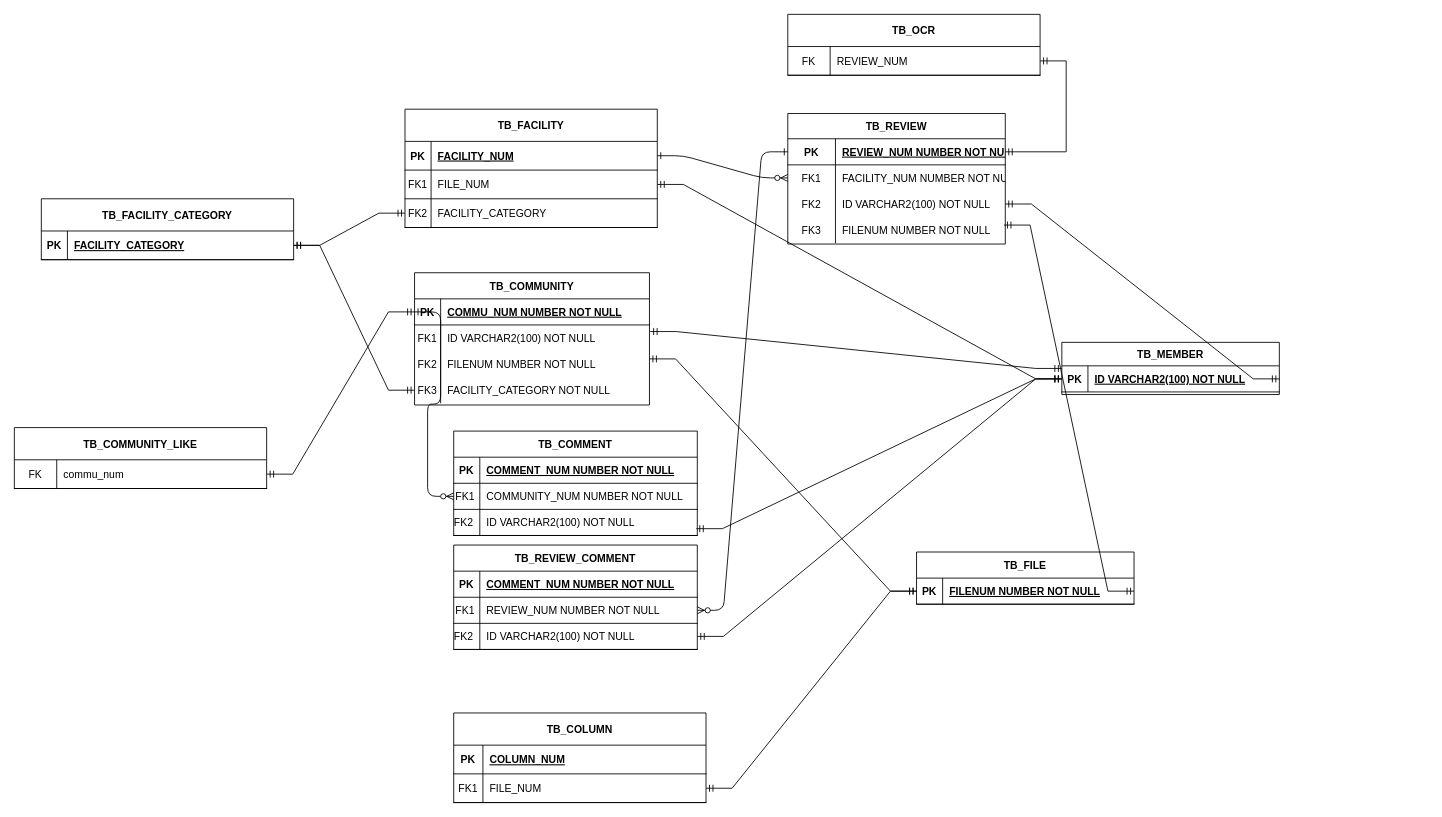
Above: document/제목 없는 다이어그램.drawio in rimgosu/ProjectStudy (draw.io), before the change. Source tidied: cells renumbered, new cells numbered last; positions are measured from the earlier drawing's top-left corner, leaving out a move shared by most shapes. Both pictures are drawn from the tidied source at 87%, with x=0, y=0 at pixel (14, 14).
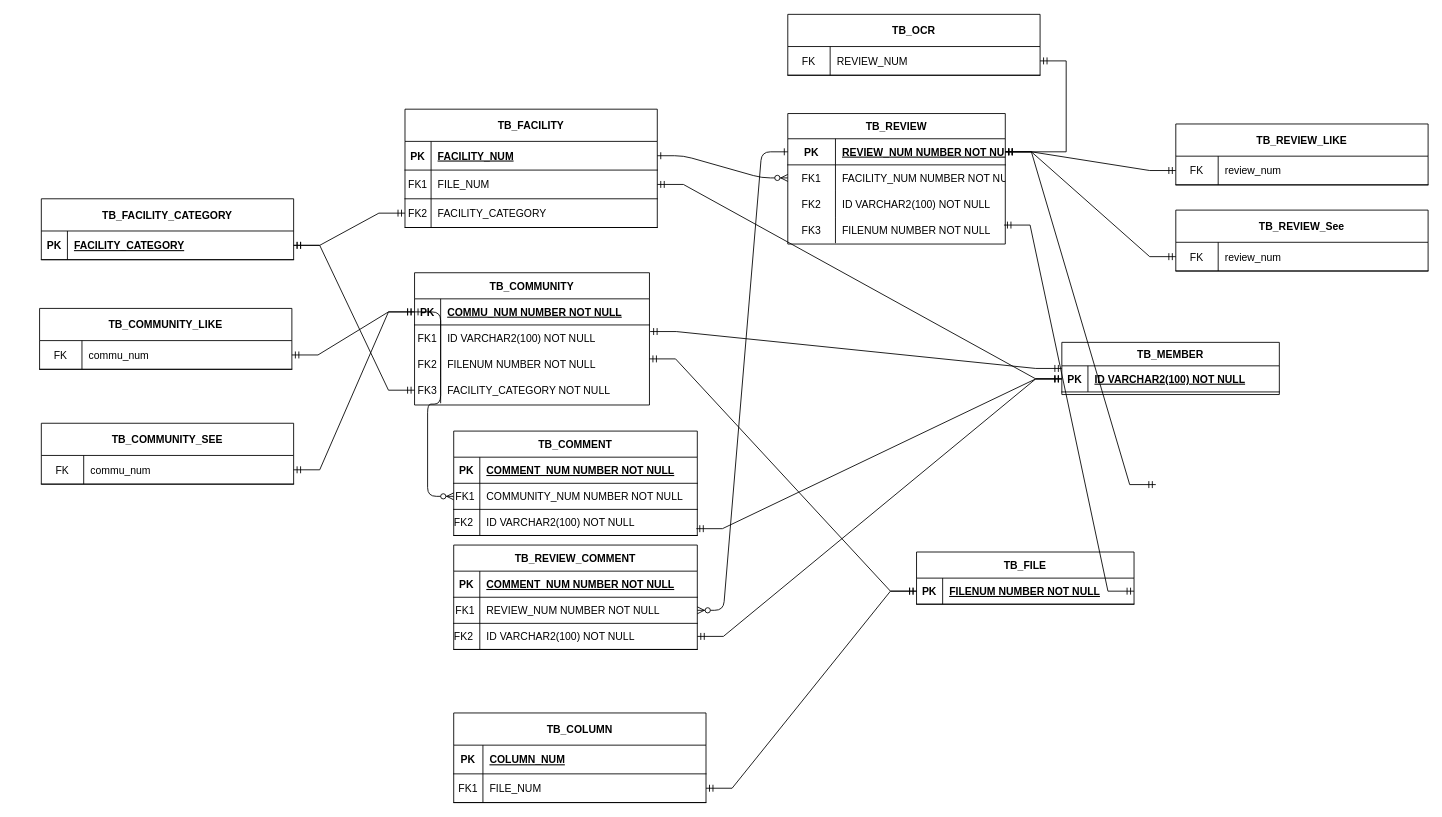
After the change.

Commit message:
제목 없는 다이어그램.drawio 업데이트

The change refers to these unchanged cells:
```xml
<mxCell id="4" style="shape=partialRectangle;fillColor=none;points=[[0,0.5],[1,0.5]];portConstraint=eastwest;top=0;left=0;right=0;bottom=1;" parent="3" vertex="1">
  <mxGeometry y="29" width="250" height="30" as="geometry" />
</mxCell>
<mxCell id="10" style="shape=partialRectangle;fillColor=none;points=[[0,0.5],[1,0.5]];portConstraint=eastwest;top=0;left=0;right=0;bottom=0;" parent="3" vertex="1">
  <mxGeometry y="89" width="250" height="30" as="geometry" />
</mxCell>
<mxCell id="17" style="shape=partialRectangle;fillColor=none;points=[[0,0.5],[1,0.5]];portConstraint=eastwest;top=0;left=0;right=0;bottom=1;" parent="16" vertex="1">
  <mxGeometry y="27" width="250" height="30" as="geometry" />
</mxCell>
<mxCell id="31" style="shape=partialRectangle;fillColor=none;points=[[0,0.5],[1,0.5]];portConstraint=eastwest;top=0;left=0;right=0;bottom=1;" parent="30" vertex="1">
  <mxGeometry y="30" width="270" height="30" as="geometry" />
</mxCell>
<mxCell id="91" style="shape=partialRectangle;fillColor=none;points=[[0,0.5],[1,0.5]];portConstraint=eastwest;top=0;left=0;right=0;bottom=1;" parent="90" vertex="1">
  <mxGeometry y="37" width="290" height="33" as="geometry" />
</mxCell>
```

Diff of the diagram source:
```diff
@@
-    <mxCell id="74" style="edgeStyle=entityRelationEdgeStyle;fontSize=12;html=1;endArrow=ERmandOne;startArrow=ERmandOne;rounded=0;exitX=1;exitY=0.5;exitDx=0;exitDy=0;entryX=1;entryY=0.5;entryDx=0;entryDy=0;" parent="1" edge="1" source="10" target="17">
+    <mxCell id="74" style="edgeStyle=entityRelationEdgeStyle;fontSize=12;html=1;endArrow=ERmandOne;startArrow=ERmandOne;rounded=0;" parent="1" edge="1" source="4" target="106">
       <mxGeometry relative="1" as="geometry">
         <Array as="points">
-          <mxPoint x="1187" y="159" />
+          <mxPoint x="1078" y="79" />
         </Array>
       </mxGeometry>
     </mxCell>
@@
     <mxCell id="90" value="TB_COMMUNITY_LIKE" style="shape=table;startSize=37;childLayout=tableLayout;rowLines=0;fontStyle=1;align=center;" parent="1" vertex="1">
-      <mxGeometry y="475" width="290" height="70" as="geometry" />
+      <mxGeometry x="29" y="338" width="290" height="70" as="geometry" />
     </mxCell>
@@
-    <mxCell id="94" style="edgeStyle=entityRelationEdgeStyle;fontSize=12;html=1;endArrow=ERmandOne;startArrow=ERmandOne;rounded=0;exitX=1;exitY=0.5;exitDx=0;exitDy=0;entryX=0;entryY=0.5;entryDx=0;entryDy=0;" parent="1" edge="1" target="31">
+    <mxCell id="94" style="edgeStyle=entityRelationEdgeStyle;fontSize=12;html=1;endArrow=ERmandOne;startArrow=ERmandOne;rounded=0;entryX=0;entryY=0.5;entryDx=0;entryDy=0;" parent="1" edge="1" source="91" target="31">
       <mxGeometry relative="1" as="geometry">
-        <mxPoint x="290" y="528.5" as="sourcePoint" />
         <Array as="points">
           <mxPoint x="1151" y="411" />
         </Array>
       </mxGeometry>
     </mxCell>
@@
+    <mxCell id="100" value="TB_REVIEW_LIKE" style="shape=table;startSize=37;childLayout=tableLayout;rowLines=0;fontStyle=1;align=center;" parent="1" vertex="1">
+      <mxGeometry x="1335" y="126" width="290" height="70" as="geometry" />
+    </mxCell>
+    <mxCell id="101" style="shape=partialRectangle;fillColor=none;points=[[0,0.5],[1,0.5]];portConstraint=eastwest;top=0;left=0;right=0;bottom=1;" parent="100" vertex="1">
+      <mxGeometry y="37" width="290" height="33" as="geometry" />
+    </mxCell>
+    <mxCell id="102" value="FK" style="shape=partialRectangle;overflow=hidden;fillColor=none;top=0;left=0;bottom=0;right=0;fontStyle=0;" parent="101" vertex="1">
+      <mxGeometry width="48.7" height="33" as="geometry" />
+    </mxCell>
+    <mxCell id="103" value="review_num" style="shape=partialRectangle;overflow=hidden;fillColor=none;top=0;left=0;bottom=0;right=0;align=left;spacingLeft=6;fontStyle=0;strokeColor=inherit;" parent="101" vertex="1">
+      <mxGeometry x="48.7" width="241.3" height="33" as="geometry" />
+    </mxCell>
+    <mxCell id="104" style="edgeStyle=entityRelationEdgeStyle;fontSize=12;html=1;endArrow=ERmandOne;startArrow=ERmandOne;rounded=0;entryX=0;entryY=0.5;entryDx=0;entryDy=0;" parent="1" edge="1" source="4" target="101">
+      <mxGeometry relative="1" as="geometry">
+        <Array as="points">
+          <mxPoint x="2094" y="69" />
+          <mxPoint x="1391" y="167" />
+        </Array>
+      </mxGeometry>
+    </mxCell>
+    <mxCell id="105" value="TB_REVIEW_See" style="shape=table;startSize=37;childLayout=tableLayout;rowLines=0;fontStyle=1;align=center;" parent="1" vertex="1">
+      <mxGeometry x="1335" y="225" width="290" height="70" as="geometry" />
+    </mxCell>
+    <mxCell id="106" style="shape=partialRectangle;fillColor=none;points=[[0,0.5],[1,0.5]];portConstraint=eastwest;top=0;left=0;right=0;bottom=1;" parent="105" vertex="1">
+      <mxGeometry y="37" width="290" height="33" as="geometry" />
+    </mxCell>
+    <mxCell id="107" value="FK" style="shape=partialRectangle;overflow=hidden;fillColor=none;top=0;left=0;bottom=0;right=0;fontStyle=0;" parent="106" vertex="1">
+      <mxGeometry width="48.7" height="33" as="geometry" />
+    </mxCell>
+    <mxCell id="108" value="review_num" style="shape=partialRectangle;overflow=hidden;fillColor=none;top=0;left=0;bottom=0;right=0;align=left;spacingLeft=6;fontStyle=0;strokeColor=inherit;" parent="106" vertex="1">
+      <mxGeometry x="48.7" width="241.3" height="33" as="geometry" />
+    </mxCell>
+    <mxCell id="109" style="edgeStyle=entityRelationEdgeStyle;fontSize=12;html=1;endArrow=ERmandOne;startArrow=ERmandOne;rounded=0;entryX=0;entryY=0.5;entryDx=0;entryDy=0;" parent="1" edge="1" source="4">
+      <mxGeometry relative="1" as="geometry">
+        <mxPoint x="1312" y="540.5" as="targetPoint" />
+        <Array as="points">
+          <mxPoint x="2097" y="89" />
+          <mxPoint x="1394" y="187" />
+        </Array>
+      </mxGeometry>
+    </mxCell>
+    <mxCell id="110" style="edgeStyle=entityRelationEdgeStyle;fontSize=12;html=1;endArrow=ERmandOne;startArrow=ERmandOne;rounded=0;" parent="1" edge="1" source="112" target="31">
+      <mxGeometry relative="1" as="geometry">
+        <Array as="points">
+          <mxPoint x="229" y="433.5" />
+        </Array>
+      </mxGeometry>
+    </mxCell>
+    <mxCell id="111" value="TB_COMMUNITY_SEE" style="shape=table;startSize=37;childLayout=tableLayout;rowLines=0;fontStyle=1;align=center;" parent="1" vertex="1">
+      <mxGeometry x="31" y="470" width="290" height="70" as="geometry" />
+    </mxCell>
+    <mxCell id="112" style="shape=partialRectangle;fillColor=none;points=[[0,0.5],[1,0.5]];portConstraint=eastwest;top=0;left=0;right=0;bottom=1;" parent="111" vertex="1">
+      <mxGeometry y="37" width="290" height="33" as="geometry" />
+    </mxCell>
+    <mxCell id="113" value="FK" style="shape=partialRectangle;overflow=hidden;fillColor=none;top=0;left=0;bottom=0;right=0;fontStyle=0;" parent="112" vertex="1">
+      <mxGeometry width="48.7" height="33" as="geometry" />
+    </mxCell>
+    <mxCell id="114" value="commu_num" style="shape=partialRectangle;overflow=hidden;fillColor=none;top=0;left=0;bottom=0;right=0;align=left;spacingLeft=6;fontStyle=0;strokeColor=inherit;" parent="112" vertex="1">
+      <mxGeometry x="48.7" width="241.3" height="33" as="geometry" />
+    </mxCell>
```
